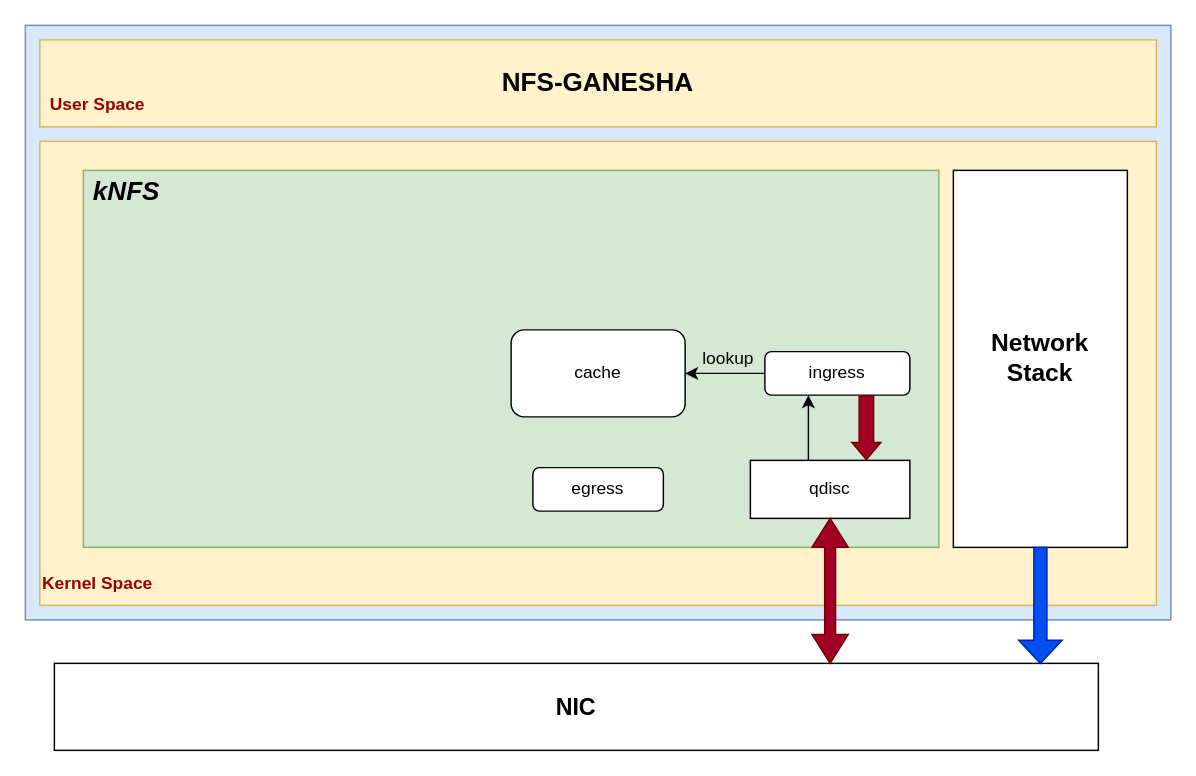
Above: os竞赛项目框架图.drawio in Kakoyi945/cloud (draw.io), before the change. Source tidied: cells renumbered, new cells numbered last; positions are measured from the earlier drawing's top-left corner, leaving out a move shared by most shapes. Both pictures are drawn from the tidied source at 145%, with x=0, y=0 at pixel (25, 25).
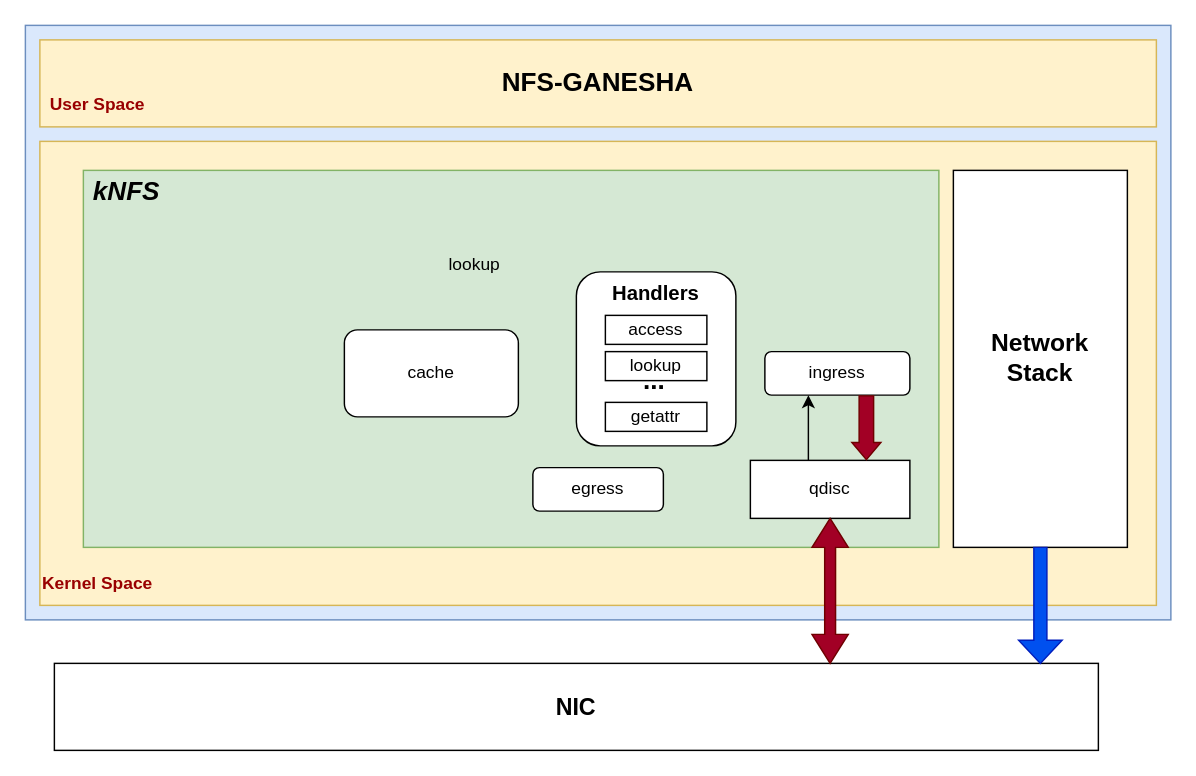
The same page after the edit.

Commit message:
更新os竞赛项目框架图.drawio

The change refers to these unchanged cells:
```xml
<mxCell id="16" value="ingress" style="rounded=1;whiteSpace=wrap;html=1;" parent="1" vertex="1">
  <mxGeometry x="510" y="225" width="100" height="30" as="geometry" />
</mxCell>
```

The edit, as a diff of the source:
```diff
@@
     <mxCell id="14" value="cache" style="rounded=1;whiteSpace=wrap;html=1;" parent="1" vertex="1">
-      <mxGeometry x="335" y="210" width="120" height="60" as="geometry" />
+      <mxGeometry x="220" y="210" width="120" height="60" as="geometry" />
     </mxCell>
-    <mxCell id="15" style="edgeStyle=orthogonalEdgeStyle;rounded=0;jettySize=auto;html=1;exitX=0;exitY=0.5;exitDx=0;exitDy=0;" parent="1" edge="1" source="16" target="14">
-      <mxGeometry relative="1" as="geometry" />
-    </mxCell>
@@
     <mxCell id="18" value="lookup" style="text;html=1;strokeColor=none;fillColor=none;align=center;verticalAlign=middle;whiteSpace=wrap;rounded=0;" parent="1" vertex="1">
-      <mxGeometry x="455" y="215" width="60" height="30" as="geometry" />
+      <mxGeometry x="280" y="150" width="60" height="30" as="geometry" />
     </mxCell>
@@
+    <mxCell id="21" style="rounded=1;whiteSpace=wrap;html=1;" parent="1" vertex="1">
+      <mxGeometry x="380" y="170" width="110" height="120" as="geometry" />
+    </mxCell>
+    <mxCell id="22" value="access" style="rounded=0;whiteSpace=wrap;html=1;" parent="1" vertex="1">
+      <mxGeometry x="400" y="200" width="70" height="20" as="geometry" />
+    </mxCell>
+    <mxCell id="23" value="&lt;b&gt;&lt;font style=&quot;font-size: 14px;&quot;&gt;Handlers&lt;/font&gt;&lt;/b&gt;" style="text;html=1;strokeColor=none;fillColor=none;align=center;verticalAlign=middle;whiteSpace=wrap;rounded=0;" parent="1" vertex="1">
+      <mxGeometry x="405" y="170" width="60" height="30" as="geometry" />
+    </mxCell>
+    <mxCell id="24" value="lookup" style="rounded=0;whiteSpace=wrap;html=1;" parent="1" vertex="1">
+      <mxGeometry x="400" y="225" width="70" height="20" as="geometry" />
+    </mxCell>
+    <mxCell id="25" value="getattr" style="rounded=0;whiteSpace=wrap;html=1;" parent="1" vertex="1">
+      <mxGeometry x="400" y="260" width="70" height="20" as="geometry" />
+    </mxCell>
+    <mxCell id="26" value="&lt;font size=&quot;1&quot; style=&quot;&quot;&gt;&lt;b style=&quot;font-size: 18px;&quot;&gt;...&lt;/b&gt;&lt;/font&gt;" style="text;html=1;strokeColor=none;fillColor=none;align=center;verticalAlign=middle;whiteSpace=wrap;rounded=0;" parent="1" vertex="1">
+      <mxGeometry x="404" y="230" width="60" height="30" as="geometry" />
+    </mxCell>
```
